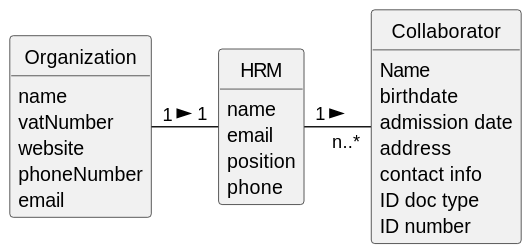
Before: docs/sprintA/us003/02.analysis/svg/us003-domain-model.svg, a diagram exported from PlantUML (yusufyilmaz00/Integral-Project-ISEP).
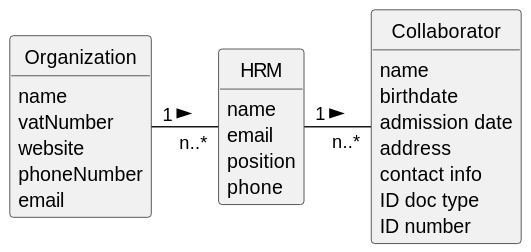
After the change.

The edit, as a diff of the source:
```diff
@@ -4,12 +4,10 @@
 skinparam shadowing false
 
 
-
 skinparam classAttributeIconSize 0
 
 hide circle
 hide methods
-
 
 
 class Organization {
@@ -21,15 +19,14 @@
 }
 
 class Collaborator {
-Name
+name
 birthdate
 admission date
 address
 contact info
- ID doc type
- ID number
+ID doc type
+ID number
 }
-
 
 
 
@@ -43,7 +40,6 @@
 
 
 
-Organization "1" - "1" HRM :  >
-
-HRM "1" - "n..*" Collaborator : >
+Organization "1" - "n..*" HRM :  >
+HRM "1" - "n..*" Collaborator:  >
 @enduml
```
